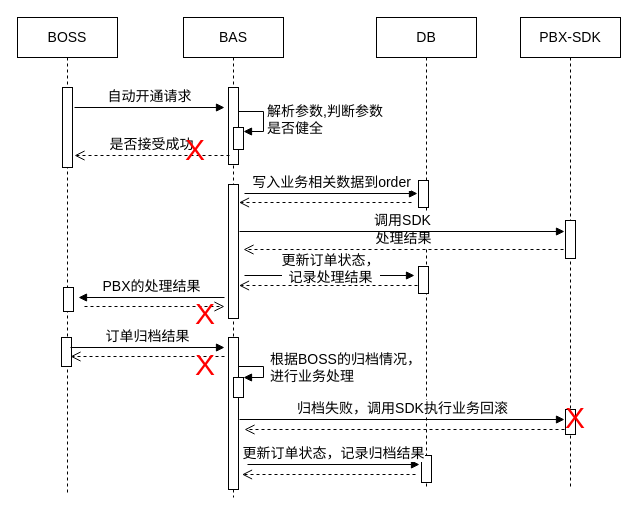
Above: page "sequence-error-response" (4 of 5) of BAS/BAS-Henan.drawio in waterwatermelon/graph (draw.io), before the change. Source tidied: cells renumbered, new cells numbered last; positions are measured from the earlier drawing's top-left corner, leaving out a move shared by most shapes. Both pictures are drawn from the tidied source at 100%, with x=0, y=0 at pixel (17, 17).
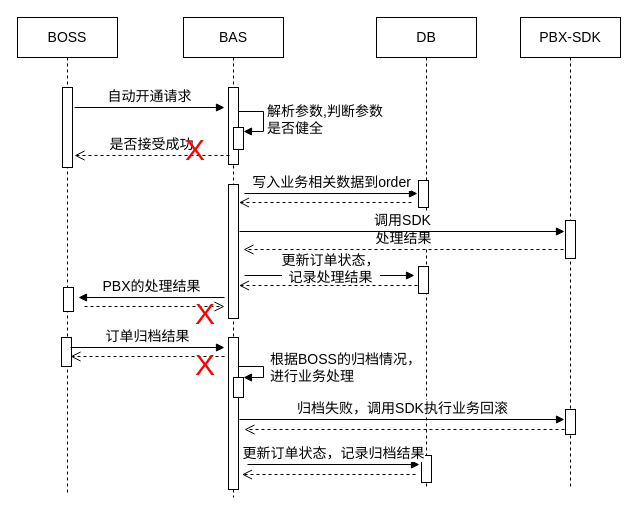
The same diagram, later.

Diff of the diagram source:
```diff
@@
-    <mxCell id="39" value="&lt;font style=&quot;font-size: 30px&quot; color=&quot;#ff0000&quot;&gt;X&lt;/font&gt;" style="text;html=1;align=left;verticalAlign=top;spacingTop=-4;" parent="1" vertex="1">
-      <mxGeometry x="546" y="380" width="40" height="20" as="geometry" />
-    </mxCell>
```
